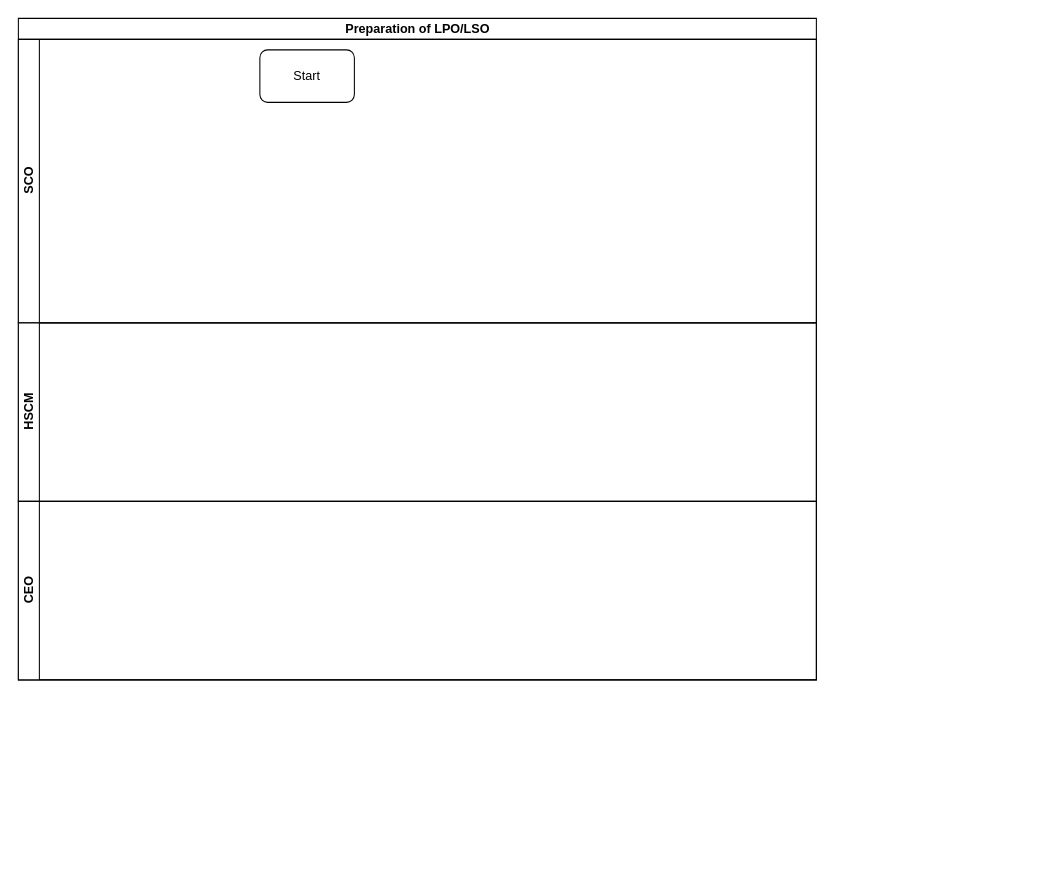
The draw.io diagram KEFRI-LPS/LSO Preparation.drawio in kmagua/flowcharts, before the edit. Source tidied: cells renumbered, new cells numbered last; positions are measured from the earlier drawing's top-left corner, leaving out a move shared by most shapes. Both pictures are drawn from the tidied source at 105%, with x=0, y=0 at pixel (18, 18).
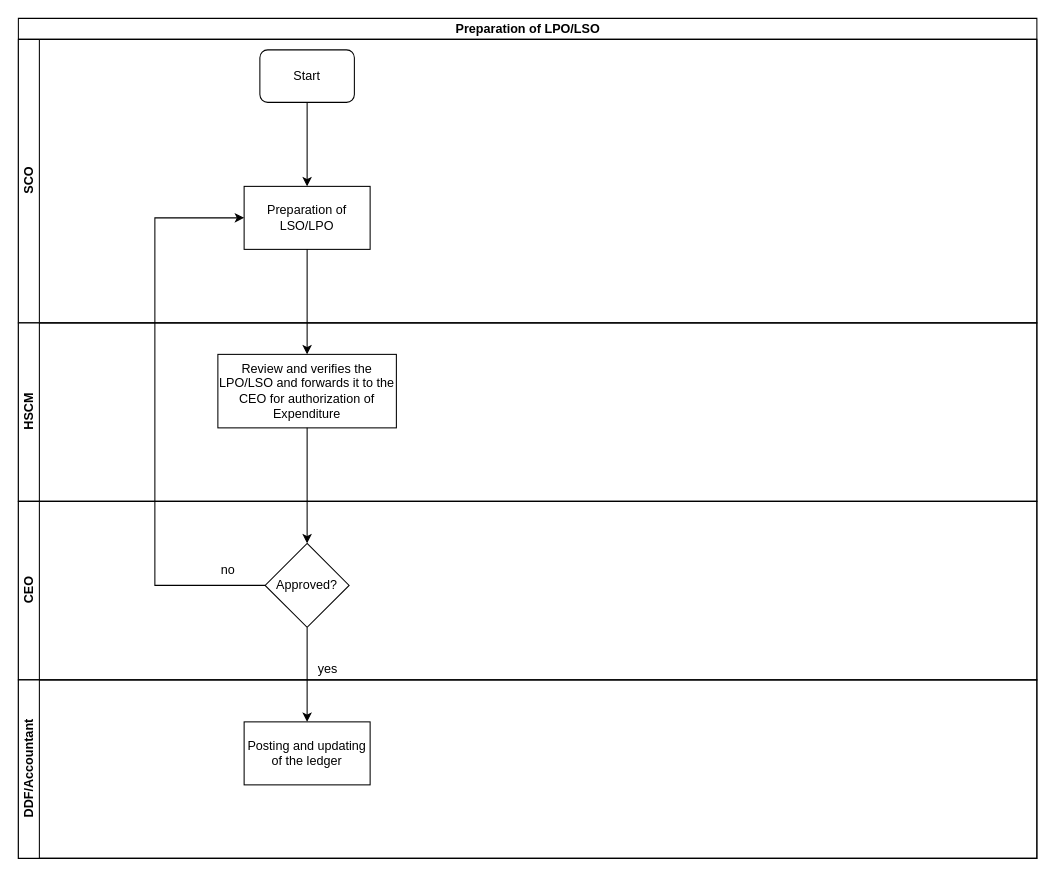
The same diagram, later.

The change refers to these unchanged cells:
```xml
<mxCell id="4" value="Start" style="rounded=1;whiteSpace=wrap;html=1;" parent="3" vertex="1">
  <mxGeometry x="230" y="10" width="90" height="50" as="geometry" />
</mxCell>
```

The edit, as a diff of the source:
```diff
@@
     <mxCell id="2" value="Preparation of LPO/LSO" style="swimlane;html=1;horizontal=1;startSize=20;" parent="1" vertex="1">
-      <mxGeometry width="760" height="630" as="geometry" />
+      <mxGeometry width="970" height="800" as="geometry" />
     </mxCell>
     <mxCell id="3" value="SCO" style="swimlane;html=1;startSize=20;horizontal=0;" parent="2" vertex="1">
-      <mxGeometry y="20" width="760" height="270" as="geometry" />
+      <mxGeometry y="20" width="970" height="270" as="geometry" />
     </mxCell>
@@
+    <mxCell id="7" value="Preparation of LSO/LPO" style="rounded=0;whiteSpace=wrap;html=1;" parent="3" vertex="1">
+      <mxGeometry x="215" y="140" width="120" height="60" as="geometry" />
+    </mxCell>
+    <mxCell id="8" style="edgeStyle=orthogonalEdgeStyle;rounded=0;jettySize=auto;html=1;entryX=0.5;entryY=0;entryDx=0;entryDy=0;" parent="3" edge="1" source="4" target="7">
+      <mxGeometry relative="1" as="geometry" />
+    </mxCell>
     <mxCell id="5" value="HSCM" style="swimlane;html=1;startSize=20;horizontal=0;" parent="2" vertex="1">
-      <mxGeometry y="290" width="760" height="170" as="geometry" />
+      <mxGeometry y="290" width="970" height="170" as="geometry" />
     </mxCell>
+    <mxCell id="9" value="Review and verifies the LPO/LSO and forwards it to the CEO for authorization of Expenditure" style="whiteSpace=wrap;html=1;rounded=0;" parent="5" vertex="1">
+      <mxGeometry x="190" y="30" width="170" height="70" as="geometry" />
+    </mxCell>
     <mxCell id="6" value="CEO" style="swimlane;html=1;startSize=20;horizontal=0;" parent="2" vertex="1">
-      <mxGeometry y="460" width="760" height="170" as="geometry" />
+      <mxGeometry y="460" width="970" height="170" as="geometry" />
     </mxCell>
+    <mxCell id="10" value="Approved?" style="rhombus;whiteSpace=wrap;html=1;rounded=0;" parent="6" vertex="1">
+      <mxGeometry x="235" y="40" width="80" height="80" as="geometry" />
+    </mxCell>
+    <mxCell id="11" value="yes" style="text;html=1;strokeColor=none;fillColor=none;align=center;verticalAlign=middle;whiteSpace=wrap;rounded=0;" parent="6" vertex="1">
+      <mxGeometry x="275" y="150" width="40" height="20" as="geometry" />
+    </mxCell>
+    <mxCell id="12" style="edgeStyle=orthogonalEdgeStyle;rounded=0;jettySize=auto;html=1;" parent="2" edge="1" source="7" target="9">
+      <mxGeometry relative="1" as="geometry" />
+    </mxCell>
+    <mxCell id="13" style="edgeStyle=orthogonalEdgeStyle;rounded=0;jettySize=auto;html=1;" parent="2" edge="1" source="9" target="10">
+      <mxGeometry relative="1" as="geometry" />
+    </mxCell>
+    <mxCell id="14" value="DDF/Accountant" style="swimlane;html=1;startSize=20;horizontal=0;" parent="2" vertex="1">
+      <mxGeometry y="630" width="970" height="170" as="geometry" />
+    </mxCell>
+    <mxCell id="15" value="Posting and updating of the ledger" style="whiteSpace=wrap;html=1;rounded=0;" parent="14" vertex="1">
+      <mxGeometry x="215" y="40" width="120" height="60" as="geometry" />
+    </mxCell>
+    <mxCell id="16" style="edgeStyle=orthogonalEdgeStyle;rounded=0;jettySize=auto;html=1;" parent="2" edge="1" source="10" target="15">
+      <mxGeometry relative="1" as="geometry" />
+    </mxCell>
+    <mxCell id="17" style="edgeStyle=orthogonalEdgeStyle;rounded=0;jettySize=auto;html=1;entryX=0;entryY=0.5;entryDx=0;entryDy=0;" parent="2" edge="1" source="10" target="7">
+      <mxGeometry relative="1" as="geometry">
+        <Array as="points">
+          <mxPoint x="130" y="540" />
+          <mxPoint x="130" y="190" />
+        </Array>
+      </mxGeometry>
+    </mxCell>
+    <mxCell id="18" value="no" style="text;html=1;strokeColor=none;fillColor=none;align=center;verticalAlign=middle;whiteSpace=wrap;rounded=0;" parent="1" vertex="1">
+      <mxGeometry x="180" y="516" width="40" height="20" as="geometry" />
+    </mxCell>
```
